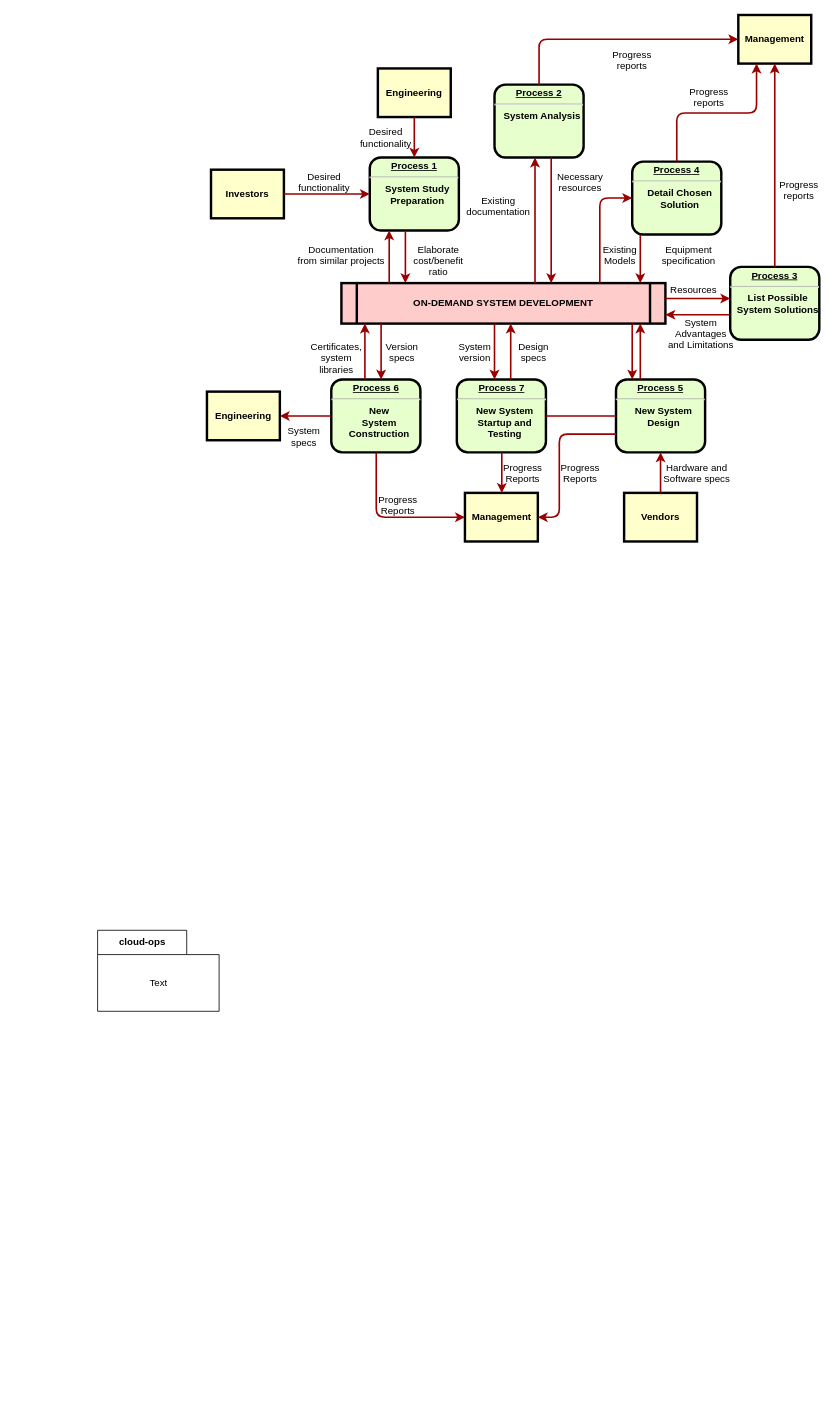
The draw.io diagram 未命名绘图.drawio in WilliamWanCN/WilliamWanCN.github.io, before the edit. Source tidied: cells renumbered, new cells numbered last; positions are measured from the earlier drawing's top-left corner, leaving out a move shared by most shapes. Both pictures are drawn from the tidied source at 81%, with x=0, y=0 at pixel (97, 15).
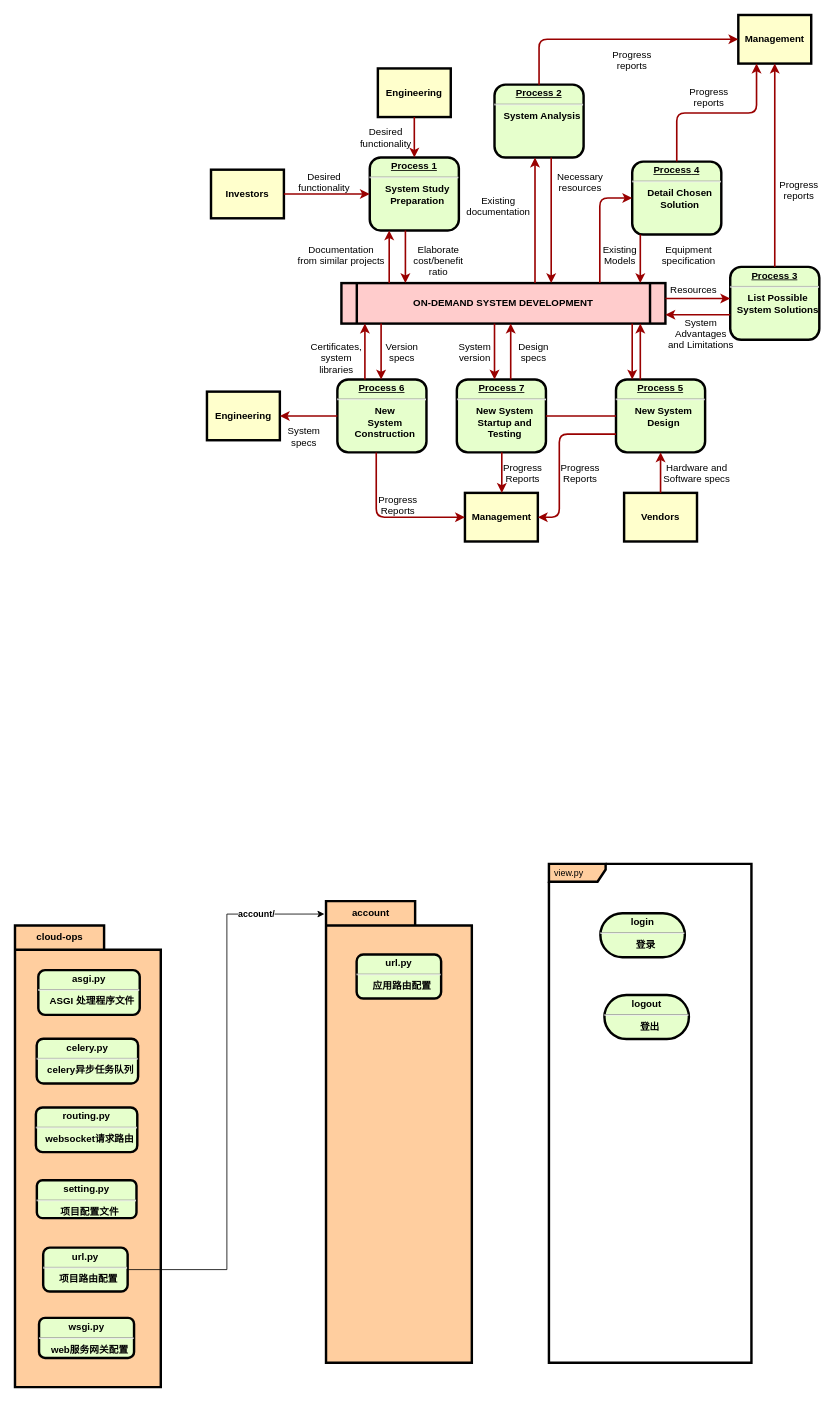
Above is the later version.

Commit message:
更新未命名绘图.drawio

Diff of the diagram source:
```diff
@@
+    <mxCell id="65" value="view.py" style="shape=umlFrame;whiteSpace=wrap;html=1;width=70;height=22;boundedLbl=1;verticalAlign=middle;align=left;spacingLeft=5;strokeColor=#000000;strokeWidth=3;fontSize=11;fillColor=#FFCE9F;" parent="1" vertex="1">
+      <mxGeometry x="557.2" y="1048" width="250" height="616" as="geometry" />
+    </mxCell>
@@
     <mxCell id="10" value="&lt;p style=&quot;margin: 0px; margin-top: 4px; text-align: center; text-decoration: underline;&quot;&gt;&lt;strong&gt;&lt;strong&gt;Process&lt;/strong&gt; 6&lt;br /&gt;&lt;/strong&gt;&lt;/p&gt;&lt;hr /&gt;&lt;p style=&quot;margin: 0px; margin-left: 8px;&quot;&gt;New&lt;/p&gt;&lt;p style=&quot;margin: 0px; margin-left: 8px;&quot;&gt;System&lt;/p&gt;&lt;p style=&quot;margin: 0px; margin-left: 8px;&quot;&gt;Construction&lt;/p&gt;" style="verticalAlign=middle;align=center;overflow=fill;fontSize=12;fontFamily=Helvetica;html=1;rounded=1;fontStyle=1;strokeWidth=3;fillColor=#E6FFCC;" parent="1" vertex="1">
-      <mxGeometry x="288.5" y="450" width="110" height="90" as="geometry" />
+      <mxGeometry x="296" y="450" width="110" height="90" as="geometry" />
     </mxCell>
@@
-    <mxCell id="63" value="cloud-ops" style="shape=folder;fontStyle=1;tabWidth=110;tabHeight=30;tabPosition=left;html=1;boundedLbl=1;labelInHeader=1;" parent="1" vertex="1">
-      <mxGeometry y="1130" width="150" height="100" as="geometry" />
+    <mxCell id="63" value="cloud-ops" style="shape=folder;fontStyle=1;tabWidth=110;tabHeight=30;tabPosition=left;html=1;boundedLbl=1;labelInHeader=1;strokeWidth=3;fillColor=#FFCE9F;strokeColor=#000000;" parent="1" vertex="1">
+      <mxGeometry x="-102" y="1124" width="180" height="570" as="geometry" />
     </mxCell>
-    <mxCell id="64" value="Text" style="html=1;strokeColor=none;fillColor=none;" parent="63" vertex="1">
-      <mxGeometry width="150" height="70" relative="1" as="geometry">
+    <mxCell id="64" style="html=1;strokeColor=none;fillColor=none;" parent="63" vertex="1">
+      <mxGeometry width="180" height="399" relative="1" as="geometry">
         <mxPoint y="30" as="offset" />
       </mxGeometry>
     </mxCell>
+    <mxCell id="66" value="&lt;p style=&quot;margin: 4px 0px 0px; text-align: center;&quot;&gt;&lt;strong style=&quot;&quot;&gt;asgi.py&lt;/strong&gt;&lt;/p&gt;&lt;hr&gt;&lt;p style=&quot;margin: 0px; margin-left: 8px;&quot;&gt;ASGI 处理程序文件&lt;br&gt;&lt;/p&gt;" style="verticalAlign=middle;align=center;overflow=fill;fontSize=12;fontFamily=Helvetica;html=1;rounded=1;fontStyle=1;strokeWidth=3;fillColor=#E6FFCC;" parent="63" vertex="1">
+      <mxGeometry x="28.8" y="55.2" width="125.2" height="55.2" as="geometry" />
+    </mxCell>
+    <mxCell id="67" value="&lt;p style=&quot;margin: 4px 0px 0px; text-align: center;&quot;&gt;&lt;strong style=&quot;&quot;&gt;celery.py&lt;/strong&gt;&lt;/p&gt;&lt;hr&gt;&lt;p style=&quot;margin: 0px; margin-left: 8px;&quot;&gt;celery异步任务队列&lt;/p&gt;" style="verticalAlign=middle;align=center;overflow=fill;fontSize=12;fontFamily=Helvetica;html=1;rounded=1;fontStyle=1;strokeWidth=3;fillColor=#E6FFCC;" parent="63" vertex="1">
+      <mxGeometry x="26.8" y="139.9" width="125.2" height="55.2" as="geometry" />
+    </mxCell>
+    <mxCell id="68" value="&lt;p style=&quot;margin: 4px 0px 0px; text-align: center;&quot;&gt;&lt;strong style=&quot;&quot;&gt;routing.py&lt;/strong&gt;&lt;/p&gt;&lt;hr&gt;&lt;p style=&quot;margin: 0px; margin-left: 8px;&quot;&gt;websocket请求路由&lt;/p&gt;" style="verticalAlign=middle;align=center;overflow=fill;fontSize=12;fontFamily=Helvetica;html=1;rounded=1;fontStyle=1;strokeWidth=3;fillColor=#E6FFCC;" parent="63" vertex="1">
+      <mxGeometry x="25.8" y="224.7" width="125.2" height="55.2" as="geometry" />
+    </mxCell>
+    <mxCell id="69" value="&lt;p style=&quot;margin: 4px 0px 0px; text-align: center;&quot;&gt;&lt;strong style=&quot;&quot;&gt;setting.py&lt;/strong&gt;&lt;/p&gt;&lt;hr&gt;&lt;p style=&quot;margin: 0px; margin-left: 8px;&quot;&gt;项目配置文件&lt;/p&gt;" style="verticalAlign=middle;align=center;overflow=fill;fontSize=12;fontFamily=Helvetica;html=1;rounded=1;fontStyle=1;strokeWidth=3;fillColor=#E6FFCC;" parent="63" vertex="1">
+      <mxGeometry x="27" y="314.5" width="123" height="46.9" as="geometry" />
+    </mxCell>
+    <mxCell id="70" value="&lt;p style=&quot;margin: 4px 0px 0px; text-align: center;&quot;&gt;&lt;strong style=&quot;&quot;&gt;url.py&lt;/strong&gt;&lt;/p&gt;&lt;hr&gt;&lt;p style=&quot;margin: 0px; margin-left: 8px;&quot;&gt;项目路由配置&lt;/p&gt;" style="verticalAlign=middle;align=center;overflow=fill;fontSize=12;fontFamily=Helvetica;html=1;rounded=1;fontStyle=1;strokeWidth=3;fillColor=#E6FFCC;" parent="63" vertex="1">
+      <mxGeometry x="34.8" y="397.8" width="104.3" height="54.2" as="geometry" />
+    </mxCell>
+    <mxCell id="71" value="&lt;p style=&quot;margin: 4px 0px 0px; text-align: center;&quot;&gt;&lt;strong style=&quot;&quot;&gt;wsgi.py&lt;/strong&gt;&lt;/p&gt;&lt;hr&gt;&lt;p style=&quot;margin: 0px; margin-left: 8px;&quot;&gt;web服务网关配置&lt;/p&gt;" style="verticalAlign=middle;align=center;overflow=fill;fontSize=12;fontFamily=Helvetica;html=1;rounded=1;fontStyle=1;strokeWidth=3;fillColor=#E6FFCC;" parent="63" vertex="1">
+      <mxGeometry x="29.7" y="484.5" width="117.3" height="49.5" as="geometry" />
+    </mxCell>
+    <mxCell id="72" value="account" style="shape=folder;fontStyle=1;tabWidth=110;tabHeight=30;tabPosition=left;html=1;boundedLbl=1;labelInHeader=1;strokeWidth=3;fillColor=#FFCE9F;strokeColor=#000000;" parent="1" vertex="1">
+      <mxGeometry x="282" y="1094" width="180" height="570" as="geometry" />
+    </mxCell>
+    <mxCell id="73" style="html=1;strokeColor=none;fillColor=none;" parent="72" vertex="1">
+      <mxGeometry width="180" height="399" relative="1" as="geometry">
+        <mxPoint y="30" as="offset" />
+      </mxGeometry>
+    </mxCell>
+    <mxCell id="74" value="&lt;p style=&quot;margin: 4px 0px 0px; text-align: center;&quot;&gt;&lt;strong style=&quot;&quot;&gt;url.py&lt;/strong&gt;&lt;/p&gt;&lt;hr&gt;&lt;p style=&quot;margin: 0px; margin-left: 8px;&quot;&gt;应用路由配置&lt;/p&gt;" style="verticalAlign=middle;align=center;overflow=fill;fontSize=12;fontFamily=Helvetica;html=1;rounded=1;fontStyle=1;strokeWidth=3;fillColor=#E6FFCC;" parent="72" vertex="1">
+      <mxGeometry x="37.8" y="66" width="104.3" height="54.2" as="geometry" />
+    </mxCell>
+    <mxCell id="75" style="edgeStyle=orthogonalEdgeStyle;rounded=0;jettySize=auto;html=1;entryX=-0.011;entryY=0.028;entryDx=0;entryDy=0;entryPerimeter=0;fontSize=11;" parent="1" edge="1" source="70" target="72">
+      <mxGeometry relative="1" as="geometry" />
+    </mxCell>
+    <mxCell id="76" value="&lt;b&gt;account/&lt;/b&gt;" style="edgeLabel;html=1;align=center;verticalAlign=middle;fontSize=11;" parent="75" vertex="1">
+      <mxGeometry x="0.75" relative="1" as="geometry" />
+    </mxCell>
+    <mxCell id="77" value="&lt;p style=&quot;margin: 4px 0px 0px; text-align: center;&quot;&gt;&lt;strong style=&quot;&quot;&gt;login&lt;/strong&gt;&lt;/p&gt;&lt;hr&gt;&lt;p style=&quot;margin: 0px; margin-left: 8px;&quot;&gt;登录&lt;/p&gt;" style="verticalAlign=middle;align=center;overflow=fill;fontSize=12;fontFamily=Helvetica;html=1;rounded=1;fontStyle=1;strokeWidth=3;fillColor=#E6FFCC;arcSize=50;" parent="1" vertex="1">
+      <mxGeometry x="620.7" y="1109" width="104.3" height="54.2" as="geometry" />
+    </mxCell>
+    <mxCell id="78" value="&lt;p style=&quot;margin: 4px 0px 0px; text-align: center;&quot;&gt;&lt;strong style=&quot;&quot;&gt;logout&lt;/strong&gt;&lt;/p&gt;&lt;hr&gt;&lt;p style=&quot;margin: 0px; margin-left: 8px;&quot;&gt;登出&lt;/p&gt;" style="verticalAlign=middle;align=center;overflow=fill;fontSize=12;fontFamily=Helvetica;html=1;rounded=1;fontStyle=1;strokeWidth=3;fillColor=#E6FFCC;arcSize=50;" parent="1" vertex="1">
+      <mxGeometry x="625.7" y="1210" width="104.3" height="54.2" as="geometry" />
+    </mxCell>
```
